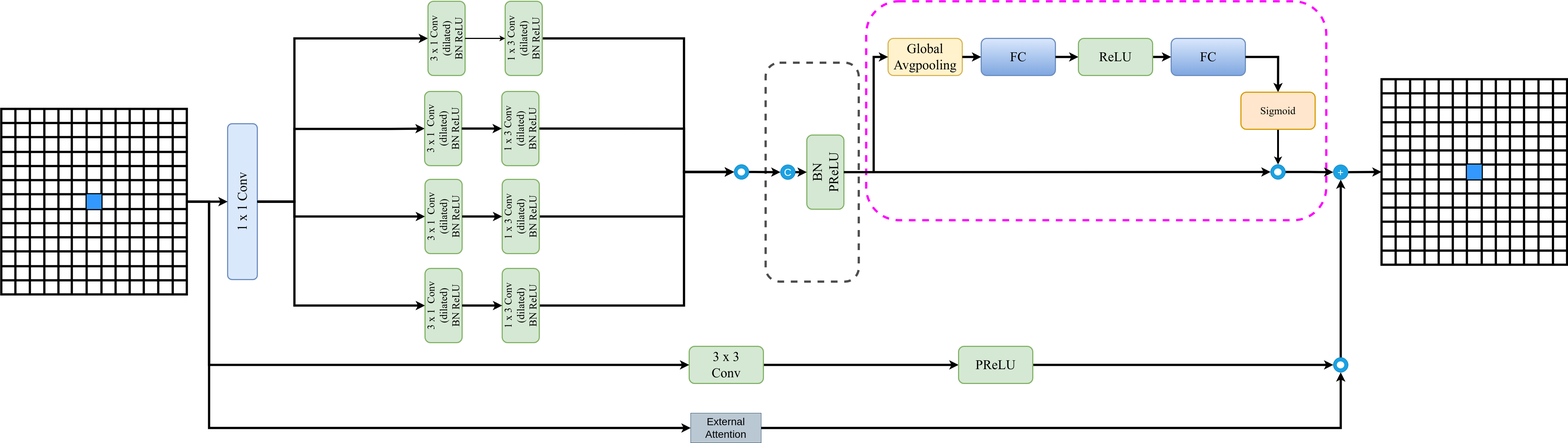
Earlier version of the draw.io export model_structure_diagram/smoke_segment_structure-main.drawio2.png (yaocongchen/LFEF). Source tidied: cells renumbered, new cells last; positions are measured from the earlier drawing's top-left corner, leaving out a move shared by most shapes.
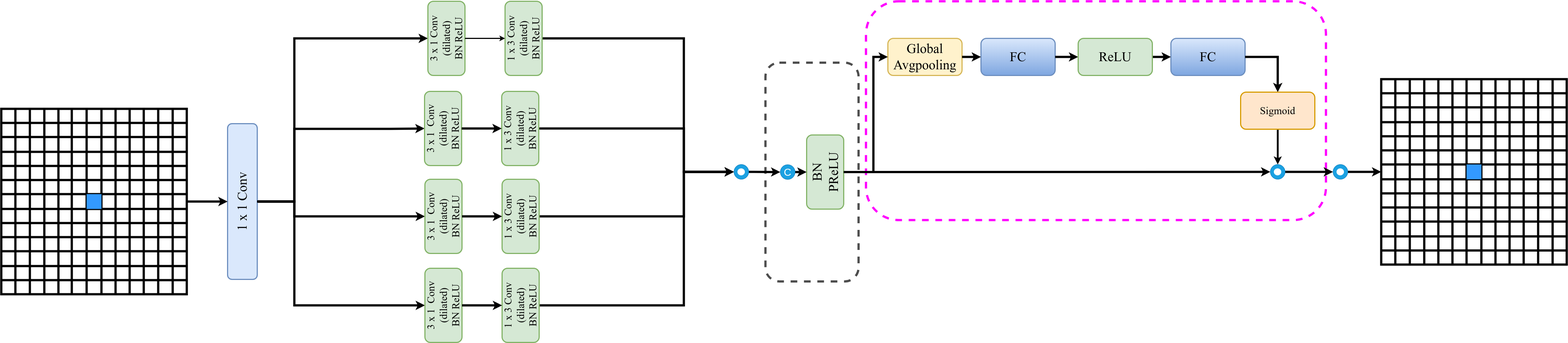
The same diagram one commit later.

The edit, as a diff of the source:
```diff
@@ -67,7 +67,7 @@
         </Array>
       </mxGeometry>
     </mxCell>
-    <mxCell id="17" style="endArrow=classic;html=1;strokeWidth=6;entryX=0;entryY=0.5;entryDx=0;entryDy=0;exitX=1;exitY=0.5;exitDx=0;exitDy=0;" parent="1" edge="1" source="415" target="18">
+    <mxCell id="17" style="endArrow=classic;html=1;strokeWidth=6;entryX=0;entryY=0.5;entryDx=0;entryDy=0;exitX=1;exitY=0.5;exitDx=0;exitDy=0;" parent="1" edge="1" source="412" target="18">
       <mxGeometry relative="1" as="geometry" />
     </mxCell>
     <mxCell id="18" style="shape=table;startSize=0;strokeWidth=6;" parent="1" vertex="1">
@@ -1282,54 +1282,14 @@
     <mxCell id="409" value="&lt;p style=&quot;line-height: 0%;&quot;&gt;&lt;font style=&quot;font-size: 42px;&quot;&gt;$$\bullet$$&lt;/font&gt;&lt;/p&gt;" style="ellipse;whiteSpace=wrap;html=1;fillColor=#1ba1e2;strokeColor=#006EAF;fontColor=#ffffff;align=center;verticalAlign=middle;" parent="1" vertex="1">
       <mxGeometry x="1975" y="440" width="40" height="40" as="geometry" />
     </mxCell>
-    <mxCell id="410" style="edgeStyle=orthogonalEdgeStyle;rounded=0;jettySize=auto;html=1;exitX=1;exitY=0.5;exitDx=0;exitDy=0;entryX=0;entryY=0.5;entryDx=0;entryDy=0;strokeWidth=6;" parent="1" edge="1" source="411" target="415">
+    <mxCell id="410" style="edgeStyle=orthogonalEdgeStyle;rounded=0;jettySize=auto;html=1;exitX=1;exitY=0.5;exitDx=0;exitDy=0;entryX=0;entryY=0.5;entryDx=0;entryDy=0;strokeWidth=6;" parent="1" edge="1" source="411" target="412">
       <mxGeometry relative="1" as="geometry" />
     </mxCell>
     <mxCell id="411" value="&lt;p style=&quot;line-height: 0%;&quot;&gt;&lt;font style=&quot;font-size: 42px;&quot;&gt;$$\bullet$$&lt;/font&gt;&lt;/p&gt;" style="ellipse;whiteSpace=wrap;html=1;fillColor=#1ba1e2;strokeColor=#006EAF;fontColor=#ffffff;align=center;verticalAlign=middle;" parent="1" vertex="1">
       <mxGeometry x="3421" y="440" width="40" height="40" as="geometry" />
     </mxCell>
-    <mxCell id="412" style="edgeStyle=orthogonalEdgeStyle;rounded=0;jettySize=auto;html=1;strokeWidth=6;entryX=0.5;entryY=1;entryDx=0;entryDy=0;exitX=0.5;exitY=0;exitDx=0;exitDy=0;" parent="1" edge="1" source="420" target="415">
-      <mxGeometry relative="1" as="geometry" />
+    <mxCell id="412" value="&lt;p style=&quot;line-height: 0%;&quot;&gt;&lt;font style=&quot;font-size: 42px;&quot;&gt;$$\bullet$$&lt;/font&gt;&lt;/p&gt;" style="ellipse;whiteSpace=wrap;html=1;fillColor=#1ba1e2;strokeColor=#006EAF;fontColor=#ffffff;align=center;verticalAlign=middle;" parent="1" vertex="1">
+      <mxGeometry x="3590" y="440" width="40" height="40" as="geometry" />
     </mxCell>
-    <mxCell id="413" value="&lt;font style=&quot;font-size: 28px;&quot;&gt;External&lt;br&gt;Attention&lt;/font&gt;" style="rounded=0;whiteSpace=wrap;html=1;fillColor=#bac8d3;strokeColor=#23445d;" parent="1" vertex="1">
-      <mxGeometry x="1858" y="1110" width="190" height="80" as="geometry" />
-    </mxCell>
-    <mxCell id="414" style="edgeStyle=orthogonalEdgeStyle;rounded=0;jettySize=auto;html=1;exitX=1;exitY=0.5;exitDx=0;exitDy=0;entryX=0;entryY=0.5;entryDx=0;entryDy=0;strokeWidth=6;" parent="1" edge="1" source="286" target="413">
-      <mxGeometry relative="1" as="geometry">
-        <Array as="points">
-          <mxPoint x="560" y="540" />
-          <mxPoint x="560" y="1150" />
-        </Array>
-      </mxGeometry>
-    </mxCell>
-    <mxCell id="415" value="&lt;font style=&quot;font-size: 28px;&quot;&gt;+&lt;/font&gt;" style="ellipse;whiteSpace=wrap;html=1;fillColor=#1ba1e2;strokeColor=#006EAF;fontColor=#ffffff;" parent="1" vertex="1">
-      <mxGeometry x="3590" y="440.5" width="40" height="40" as="geometry" />
-    </mxCell>
-    <mxCell id="416" style="edgeStyle=orthogonalEdgeStyle;rounded=0;jettySize=auto;html=1;exitX=1;exitY=0.5;exitDx=0;exitDy=0;strokeWidth=6;entryX=0;entryY=0.5;entryDx=0;entryDy=0;" parent="1" edge="1" source="417" target="422">
-      <mxGeometry relative="1" as="geometry" />
-    </mxCell>
-    <mxCell id="417" value="&lt;font style=&quot;font-size: 36px;&quot;&gt;3 x 3 &lt;br&gt;Conv&lt;/font&gt;" style="rounded=1;whiteSpace=wrap;html=1;strokeWidth=3;fillColor=#d5e8d4;strokeColor=#82b366;fontFamily=Times New Roman;rotation=0;" parent="1" vertex="1">
-      <mxGeometry x="1854" y="930" width="200" height="100" as="geometry" />
-    </mxCell>
-    <mxCell id="418" style="edgeStyle=orthogonalEdgeStyle;rounded=0;jettySize=auto;html=1;exitX=1;exitY=0.5;exitDx=0;exitDy=0;entryX=0;entryY=0.5;entryDx=0;entryDy=0;strokeWidth=6;" parent="1" edge="1" source="286" target="417">
-      <mxGeometry relative="1" as="geometry">
-        <Array as="points">
-          <mxPoint x="560" y="540" />
-          <mxPoint x="560" y="980" />
-        </Array>
-      </mxGeometry>
-    </mxCell>
-    <mxCell id="419" style="edgeStyle=orthogonalEdgeStyle;rounded=0;jettySize=auto;html=1;exitX=1;exitY=0.5;exitDx=0;exitDy=0;strokeWidth=6;entryX=0.5;entryY=1;entryDx=0;entryDy=0;" parent="1" edge="1" source="413" target="420">
-      <mxGeometry relative="1" as="geometry" />
-    </mxCell>
-    <mxCell id="420" value="&lt;p style=&quot;line-height: 0%;&quot;&gt;&lt;font style=&quot;font-size: 42px;&quot;&gt;$$\bullet$$&lt;/font&gt;&lt;/p&gt;" style="ellipse;whiteSpace=wrap;html=1;fillColor=#1ba1e2;strokeColor=#006EAF;fontColor=#ffffff;align=center;verticalAlign=middle;" parent="1" vertex="1">
-      <mxGeometry x="3590" y="960" width="40" height="40" as="geometry" />
-    </mxCell>
-    <mxCell id="421" style="edgeStyle=orthogonalEdgeStyle;rounded=0;jettySize=auto;html=1;exitX=1;exitY=0.5;exitDx=0;exitDy=0;entryX=0;entryY=0.5;entryDx=0;entryDy=0;strokeWidth=6;" parent="1" edge="1" source="422" target="420">
-      <mxGeometry relative="1" as="geometry" />
-    </mxCell>
-    <mxCell id="422" value="&lt;font style=&quot;font-size: 36px;&quot;&gt;PReLU&lt;/font&gt;" style="rounded=1;whiteSpace=wrap;html=1;strokeWidth=3;fillColor=#d5e8d4;strokeColor=#82b366;fontFamily=Times New Roman;rotation=0;" parent="1" vertex="1">
-      <mxGeometry x="2580" y="930" width="200" height="100" as="geometry" />
-    </mxCell>
   </root>
 </mxGraphModel>
```
